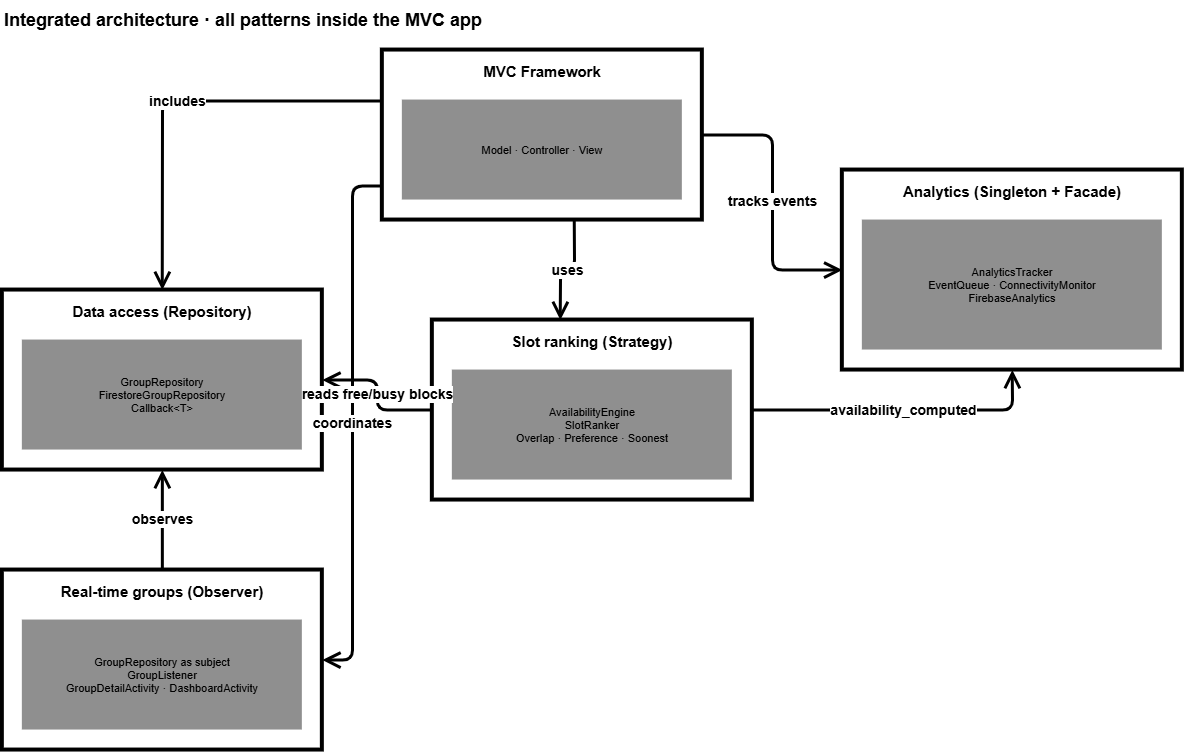
CONSTR-APLICACIONES-MOVILES/Sprint-2-Java keeps this draw.io diagram as img/Integratedarchitecture.png. Above is the earlier version. Source tidied: cells renumbered, new cells last; positions are measured from the earlier drawing's top-left corner, leaving out a move shared by most shapes. Its diagram source:
```xml
<mxGraphModel>
  <root>
    <mxCell id="0" />
    <mxCell id="1" parent="0" />
    <mxCell id="2" value="Integrated architecture · all patterns inside the MVC app" style="text;html=1;align=left;verticalAlign=middle;fontSize=18;fontStyle=1;fontColor=#000000;" parent="1" vertex="1">
      <mxGeometry width="1100" height="40" as="geometry" />
    </mxCell>
    <mxCell id="3" value="MVC Framework" style="rounded=0;whiteSpace=wrap;html=1;fillColor=#FFFFFF;strokeColor=#000000;strokeWidth=4;verticalAlign=top;fontStyle=1;fontSize=15;spacingTop=6;" parent="1" vertex="1">
      <mxGeometry x="380" y="50" width="320" height="170" as="geometry" />
    </mxCell>
    <mxCell id="4" value="Model · Controller · View" style="rounded=0;whiteSpace=wrap;html=1;fillColor=#8F8F8F;strokeColor=none;fontSize=11;align=center;" parent="3" vertex="1">
      <mxGeometry x="20" y="50" width="280" height="100" as="geometry" />
    </mxCell>
    <mxCell id="5" value="Data access (Repository)" style="rounded=0;whiteSpace=wrap;html=1;fillColor=#FFFFFF;strokeColor=#000000;strokeWidth=4;verticalAlign=top;fontStyle=1;fontSize=15;spacingTop=6;" parent="1" vertex="1">
      <mxGeometry y="290" width="320" height="180" as="geometry" />
    </mxCell>
    <mxCell id="6" value="GroupRepository&lt;br&gt;FirestoreGroupRepository&lt;br&gt;Callback&amp;lt;T&amp;gt;" style="rounded=0;whiteSpace=wrap;html=1;fillColor=#8F8F8F;strokeColor=none;fontSize=11;align=center;" parent="5" vertex="1">
      <mxGeometry x="20" y="50" width="280" height="110" as="geometry" />
    </mxCell>
    <mxCell id="7" value="Real-time groups (Observer)" style="rounded=0;whiteSpace=wrap;html=1;fillColor=#FFFFFF;strokeColor=#000000;strokeWidth=4;verticalAlign=top;fontStyle=1;fontSize=15;spacingTop=6;" parent="1" vertex="1">
      <mxGeometry y="570" width="320" height="180" as="geometry" />
    </mxCell>
    <mxCell id="8" value="GroupRepository as subject&lt;br&gt;GroupListener&lt;br&gt;GroupDetailActivity · DashboardActivity" style="rounded=0;whiteSpace=wrap;html=1;fillColor=#8F8F8F;strokeColor=none;fontSize=11;align=center;" parent="7" vertex="1">
      <mxGeometry x="20" y="50" width="280" height="110" as="geometry" />
    </mxCell>
    <mxCell id="9" value="Slot ranking (Strategy)" style="rounded=0;whiteSpace=wrap;html=1;fillColor=#FFFFFF;strokeColor=#000000;strokeWidth=4;verticalAlign=top;fontStyle=1;fontSize=15;spacingTop=6;" parent="1" vertex="1">
      <mxGeometry x="430" y="320" width="320" height="180" as="geometry" />
    </mxCell>
    <mxCell id="10" value="AvailabilityEngine&lt;br&gt;SlotRanker&lt;br&gt;Overlap · Preference · Soonest" style="rounded=0;whiteSpace=wrap;html=1;fillColor=#8F8F8F;strokeColor=none;fontSize=11;align=center;" parent="9" vertex="1">
      <mxGeometry x="20" y="50" width="280" height="110" as="geometry" />
    </mxCell>
    <mxCell id="11" value="Analytics (Singleton + Facade)" style="rounded=0;whiteSpace=wrap;html=1;fillColor=#FFFFFF;strokeColor=#000000;strokeWidth=4;verticalAlign=top;fontStyle=1;fontSize=15;spacingTop=6;" parent="1" vertex="1">
      <mxGeometry x="840" y="170" width="340" height="200" as="geometry" />
    </mxCell>
    <mxCell id="12" value="AnalyticsTracker&lt;br&gt;EventQueue · ConnectivityMonitor&lt;br&gt;FirebaseAnalytics" style="rounded=0;whiteSpace=wrap;html=1;fillColor=#8F8F8F;strokeColor=none;fontSize=11;align=center;" parent="11" vertex="1">
      <mxGeometry x="20" y="50" width="300" height="130" as="geometry" />
    </mxCell>
    <mxCell id="13" value="includes" style="edgeStyle=orthogonalEdgeStyle;rounded=1;html=1;endArrow=open;endSize=12;strokeWidth=3;strokeColor=#000000;fontStyle=1;fontSize=14;labelBackgroundColor=#FFFFFF;exitX=0;exitY=0.3;entryX=0.5;entryY=0;" parent="1" edge="1" source="3" target="5">
      <mxGeometry relative="1" as="geometry">
        <Array as="points">
          <mxPoint x="160" y="101" />
        </Array>
      </mxGeometry>
    </mxCell>
    <mxCell id="14" value="coordinates" style="edgeStyle=orthogonalEdgeStyle;rounded=1;html=1;endArrow=open;endSize=12;strokeWidth=3;strokeColor=#000000;fontStyle=1;fontSize=14;labelBackgroundColor=#FFFFFF;exitX=0;exitY=0.8;entryX=1;entryY=0.5;" parent="1" edge="1" source="3" target="7">
      <mxGeometry relative="1" as="geometry">
        <Array as="points">
          <mxPoint x="350" y="186" />
          <mxPoint x="350" y="660" />
        </Array>
      </mxGeometry>
    </mxCell>
    <mxCell id="15" value="uses" style="edgeStyle=orthogonalEdgeStyle;rounded=1;html=1;endArrow=open;endSize=12;strokeWidth=3;strokeColor=#000000;fontStyle=1;fontSize=14;labelBackgroundColor=#FFFFFF;exitX=0.6;exitY=1;entryX=0.4;entryY=0;" parent="1" edge="1" source="3" target="9">
      <mxGeometry relative="1" as="geometry" />
    </mxCell>
    <mxCell id="16" value="tracks events" style="edgeStyle=orthogonalEdgeStyle;rounded=1;html=1;endArrow=open;endSize=12;strokeWidth=3;strokeColor=#000000;fontStyle=1;fontSize=14;labelBackgroundColor=#FFFFFF;exitX=1;exitY=0.5;entryX=0;entryY=0.5;" parent="1" edge="1" source="3" target="11">
      <mxGeometry relative="1" as="geometry" />
    </mxCell>
    <mxCell id="17" value="observes" style="edgeStyle=orthogonalEdgeStyle;rounded=1;html=1;endArrow=open;endSize=12;strokeWidth=3;strokeColor=#000000;fontStyle=1;fontSize=14;labelBackgroundColor=#FFFFFF;exitX=0.5;exitY=0;entryX=0.5;entryY=1;" parent="1" edge="1" source="7" target="5">
      <mxGeometry relative="1" as="geometry" />
    </mxCell>
    <mxCell id="18" value="reads free/busy blocks" style="edgeStyle=orthogonalEdgeStyle;rounded=1;html=1;endArrow=open;endSize=12;strokeWidth=3;strokeColor=#000000;fontStyle=1;fontSize=14;labelBackgroundColor=#FFFFFF;exitX=0;exitY=0.5;entryX=1;entryY=0.5;" parent="1" edge="1" source="9" target="5">
      <mxGeometry relative="1" as="geometry" />
    </mxCell>
    <mxCell id="19" value="availability_computed" style="edgeStyle=orthogonalEdgeStyle;rounded=1;html=1;endArrow=open;endSize=12;strokeWidth=3;strokeColor=#000000;fontStyle=1;fontSize=14;labelBackgroundColor=#FFFFFF;exitX=1;exitY=0.5;entryX=0.5;entryY=1;" parent="1" edge="1" source="9" target="11">
      <mxGeometry relative="1" as="geometry" />
    </mxCell>
  </root>
</mxGraphModel>
```
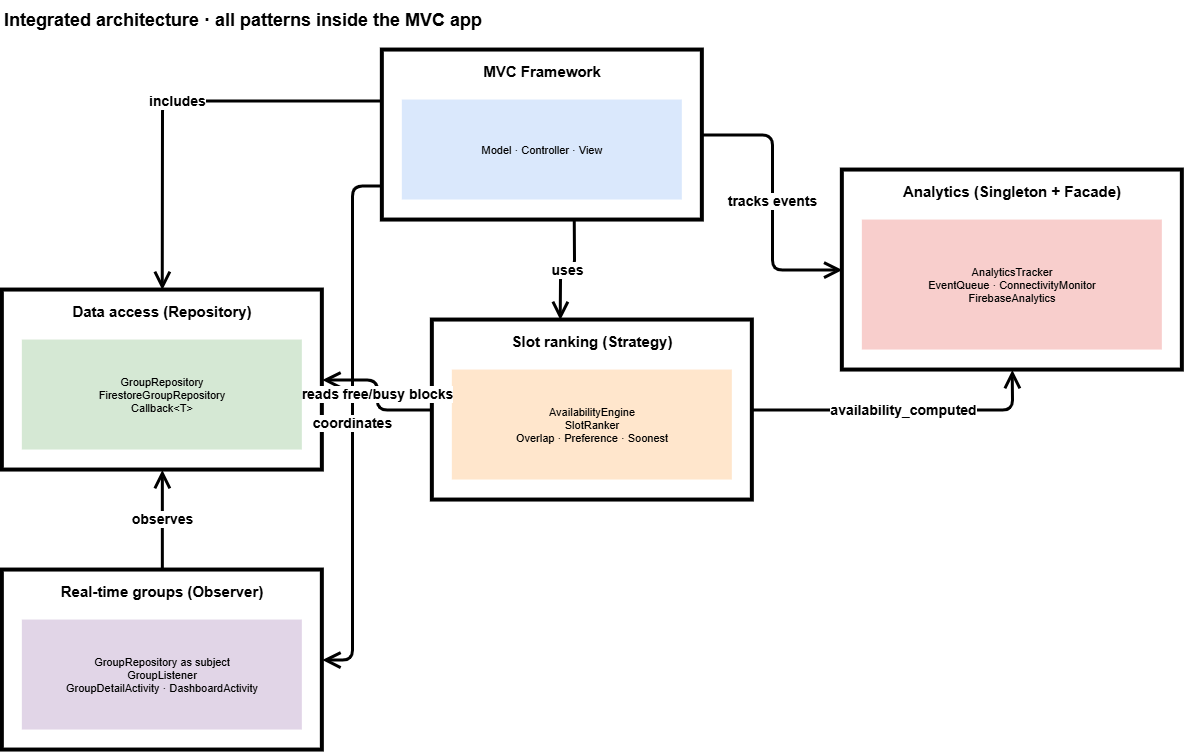
The same file after the commit.

The edit, as a diff of the source:
```diff
@@ -8,31 +8,31 @@
     <mxCell id="3" value="MVC Framework" style="rounded=0;whiteSpace=wrap;html=1;fillColor=#FFFFFF;strokeColor=#000000;strokeWidth=4;verticalAlign=top;fontStyle=1;fontSize=15;spacingTop=6;" parent="1" vertex="1">
       <mxGeometry x="380" y="50" width="320" height="170" as="geometry" />
     </mxCell>
-    <mxCell id="4" value="Model · Controller · View" style="rounded=0;whiteSpace=wrap;html=1;fillColor=#8F8F8F;strokeColor=none;fontSize=11;align=center;" parent="3" vertex="1">
+    <mxCell id="4" value="Model · Controller · View" style="rounded=0;whiteSpace=wrap;html=1;fillColor=#DAE8FC;strokeColor=none;fontSize=11;align=center;" parent="3" vertex="1">
       <mxGeometry x="20" y="50" width="280" height="100" as="geometry" />
     </mxCell>
     <mxCell id="5" value="Data access (Repository)" style="rounded=0;whiteSpace=wrap;html=1;fillColor=#FFFFFF;strokeColor=#000000;strokeWidth=4;verticalAlign=top;fontStyle=1;fontSize=15;spacingTop=6;" parent="1" vertex="1">
       <mxGeometry y="290" width="320" height="180" as="geometry" />
     </mxCell>
-    <mxCell id="6" value="GroupRepository&lt;br&gt;FirestoreGroupRepository&lt;br&gt;Callback&amp;lt;T&amp;gt;" style="rounded=0;whiteSpace=wrap;html=1;fillColor=#8F8F8F;strokeColor=none;fontSize=11;align=center;" parent="5" vertex="1">
+    <mxCell id="6" value="GroupRepository&lt;br&gt;FirestoreGroupRepository&lt;br&gt;Callback&amp;lt;T&amp;gt;" style="rounded=0;whiteSpace=wrap;html=1;fillColor=#D5E8D4;strokeColor=none;fontSize=11;align=center;" parent="5" vertex="1">
       <mxGeometry x="20" y="50" width="280" height="110" as="geometry" />
     </mxCell>
     <mxCell id="7" value="Real-time groups (Observer)" style="rounded=0;whiteSpace=wrap;html=1;fillColor=#FFFFFF;strokeColor=#000000;strokeWidth=4;verticalAlign=top;fontStyle=1;fontSize=15;spacingTop=6;" parent="1" vertex="1">
       <mxGeometry y="570" width="320" height="180" as="geometry" />
     </mxCell>
-    <mxCell id="8" value="GroupRepository as subject&lt;br&gt;GroupListener&lt;br&gt;GroupDetailActivity · DashboardActivity" style="rounded=0;whiteSpace=wrap;html=1;fillColor=#8F8F8F;strokeColor=none;fontSize=11;align=center;" parent="7" vertex="1">
+    <mxCell id="8" value="GroupRepository as subject&lt;br&gt;GroupListener&lt;br&gt;GroupDetailActivity · DashboardActivity" style="rounded=0;whiteSpace=wrap;html=1;fillColor=#E1D5E7;strokeColor=none;fontSize=11;align=center;" parent="7" vertex="1">
       <mxGeometry x="20" y="50" width="280" height="110" as="geometry" />
     </mxCell>
     <mxCell id="9" value="Slot ranking (Strategy)" style="rounded=0;whiteSpace=wrap;html=1;fillColor=#FFFFFF;strokeColor=#000000;strokeWidth=4;verticalAlign=top;fontStyle=1;fontSize=15;spacingTop=6;" parent="1" vertex="1">
       <mxGeometry x="430" y="320" width="320" height="180" as="geometry" />
     </mxCell>
-    <mxCell id="10" value="AvailabilityEngine&lt;br&gt;SlotRanker&lt;br&gt;Overlap · Preference · Soonest" style="rounded=0;whiteSpace=wrap;html=1;fillColor=#8F8F8F;strokeColor=none;fontSize=11;align=center;" parent="9" vertex="1">
+    <mxCell id="10" value="AvailabilityEngine&lt;br&gt;SlotRanker&lt;br&gt;Overlap · Preference · Soonest" style="rounded=0;whiteSpace=wrap;html=1;fillColor=#FFE6CC;strokeColor=none;fontSize=11;align=center;" parent="9" vertex="1">
       <mxGeometry x="20" y="50" width="280" height="110" as="geometry" />
     </mxCell>
     <mxCell id="11" value="Analytics (Singleton + Facade)" style="rounded=0;whiteSpace=wrap;html=1;fillColor=#FFFFFF;strokeColor=#000000;strokeWidth=4;verticalAlign=top;fontStyle=1;fontSize=15;spacingTop=6;" parent="1" vertex="1">
       <mxGeometry x="840" y="170" width="340" height="200" as="geometry" />
     </mxCell>
-    <mxCell id="12" value="AnalyticsTracker&lt;br&gt;EventQueue · ConnectivityMonitor&lt;br&gt;FirebaseAnalytics" style="rounded=0;whiteSpace=wrap;html=1;fillColor=#8F8F8F;strokeColor=none;fontSize=11;align=center;" parent="11" vertex="1">
+    <mxCell id="12" value="AnalyticsTracker&lt;br&gt;EventQueue · ConnectivityMonitor&lt;br&gt;FirebaseAnalytics" style="rounded=0;whiteSpace=wrap;html=1;fillColor=#F8CECC;strokeColor=none;fontSize=11;align=center;" parent="11" vertex="1">
       <mxGeometry x="20" y="50" width="300" height="130" as="geometry" />
     </mxCell>
     <mxCell id="13" value="includes" style="edgeStyle=orthogonalEdgeStyle;rounded=1;html=1;endArrow=open;endSize=12;strokeWidth=3;strokeColor=#000000;fontStyle=1;fontSize=14;labelBackgroundColor=#FFFFFF;exitX=0;exitY=0.3;entryX=0.5;entryY=0;" parent="1" edge="1" source="3" target="5">
```
